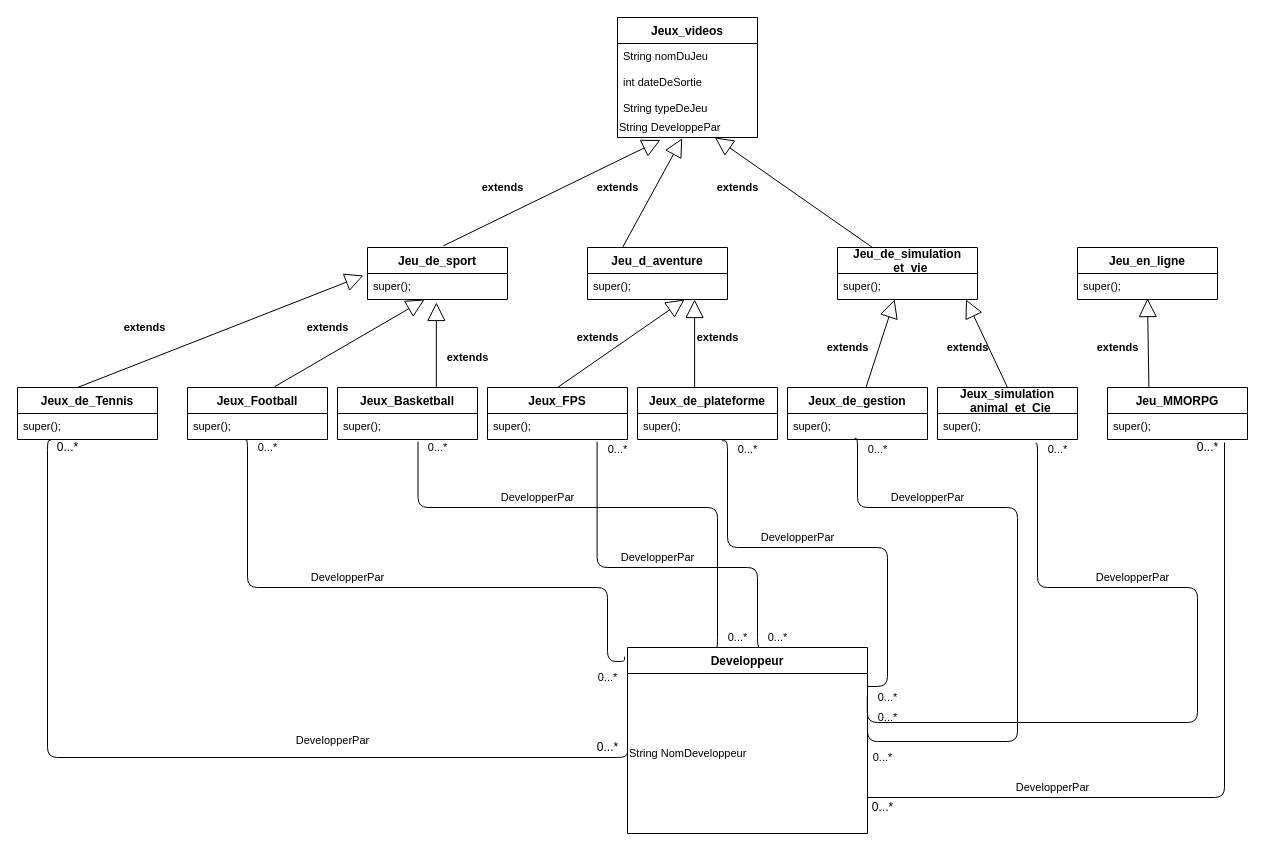
Above: page "Page-6" (4 of 5) of IHM (3).drawio in steven-azar/IHM (draw.io), before the change. Source tidied: cells renumbered, new cells numbered last; positions are measured from the earlier drawing's top-left corner, leaving out a move shared by most shapes. Both pictures are drawn from the tidied source at 100%, with x=0, y=0 at pixel (17, 17).
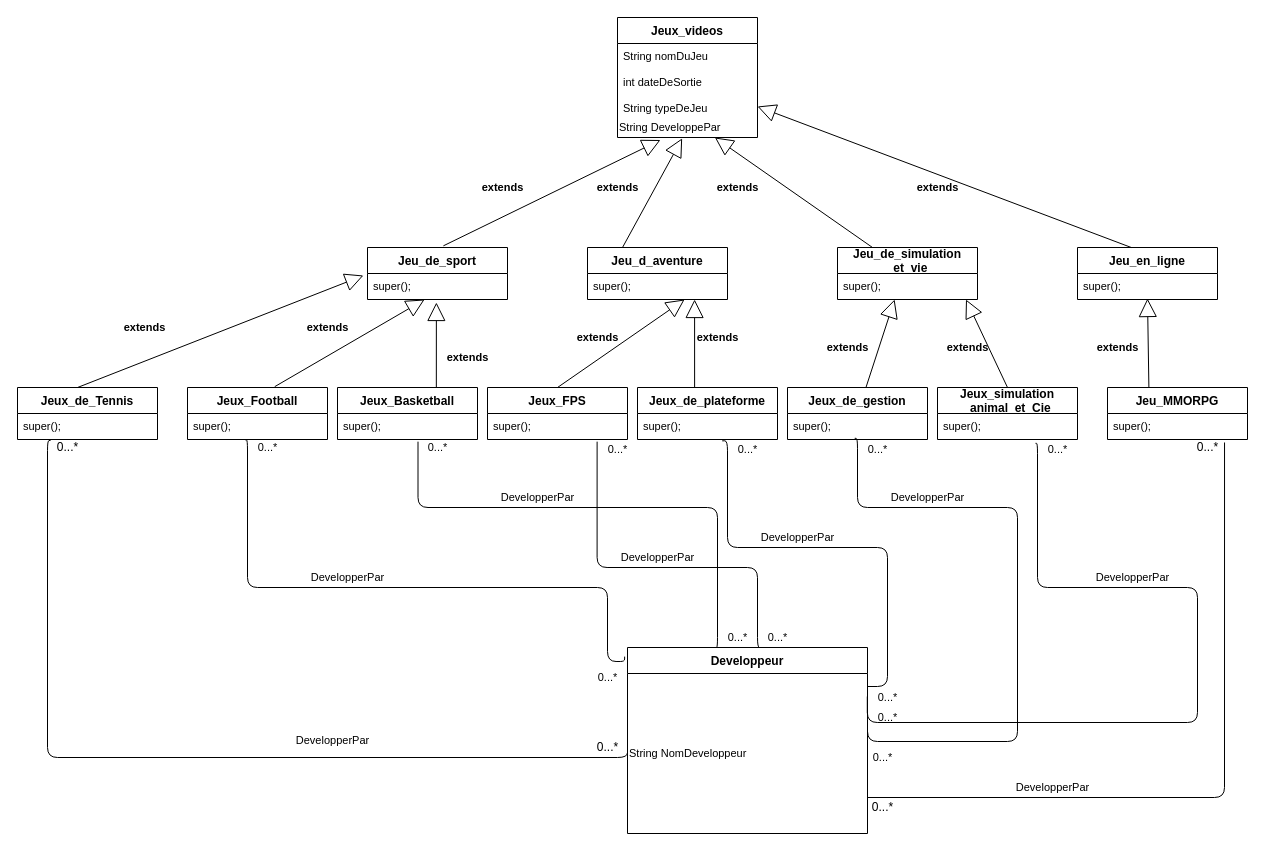
After the change.

The change refers to these unchanged cells:
```xml
<mxCell id="5" value="String typeDeJeu" style="text;strokeColor=none;fillColor=none;align=left;verticalAlign=top;spacingLeft=4;spacingRight=4;overflow=hidden;points=[[0,0.5],[1,0.5]];portConstraint=eastwest;fontSize=11;" parent="2" vertex="1">
  <mxGeometry y="78" width="140" height="22" as="geometry" />
</mxCell>
```

What changed in the source:
```diff
@@
+    <mxCell id="87" style="endArrow=block;endSize=16;endFill=0;html=1;fontSize=11;exitX=0.25;exitY=0;exitDx=0;exitDy=0;entryX=1;entryY=0.5;entryDx=0;entryDy=0;" parent="1" edge="1" target="5">
+      <mxGeometry relative="1" as="geometry">
+        <mxPoint x="1113.8" y="230" as="sourcePoint" />
+      </mxGeometry>
+    </mxCell>
+    <mxCell id="88" value="&lt;b&gt;extends&lt;/b&gt;" style="text;html=1;align=center;verticalAlign=middle;fontSize=11;" parent="1" vertex="1">
+      <mxGeometry x="890" y="160" width="60" height="20" as="geometry" />
+    </mxCell>
```
